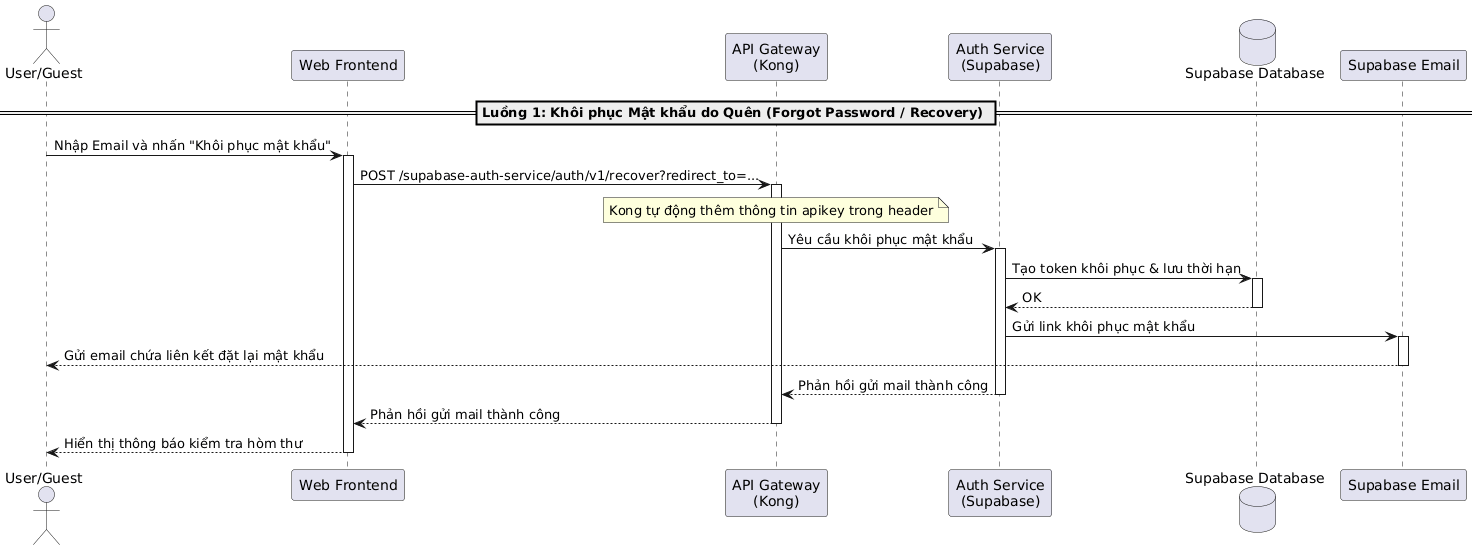
Earlier version of the PlantUML export latex/contents/Sequence/UML-Sequence-UserForgotPasswordRequest.png (20206205Tech/docs-latex).
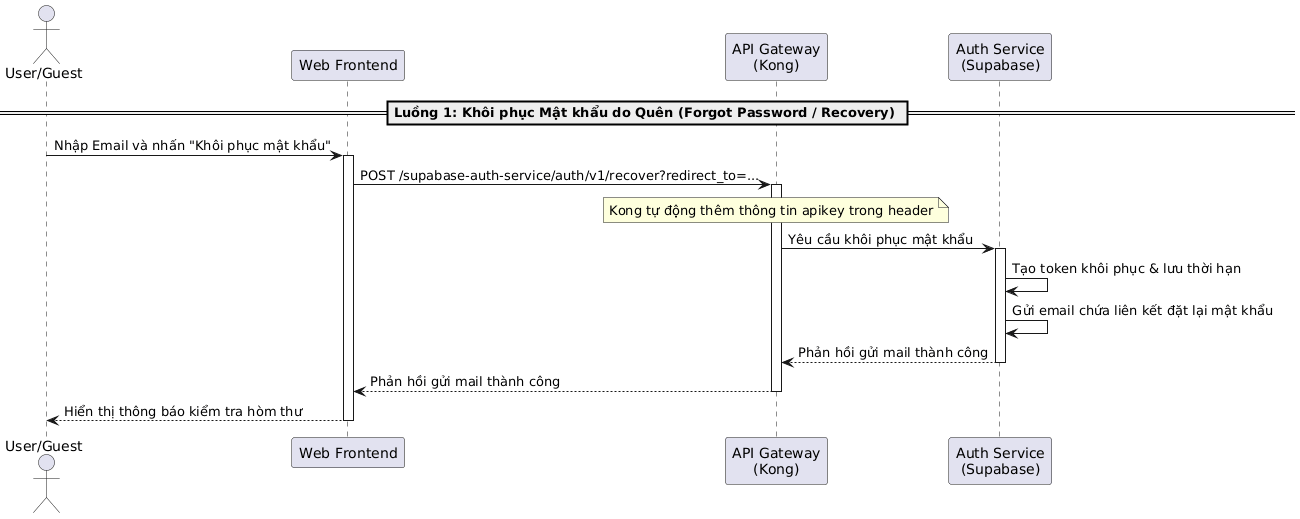
The same diagram one commit later.

Change to the diagram source:
```diff
@@ -3,8 +3,6 @@
 participant "Web Frontend" as Frontend
 participant "API Gateway\n(Kong)" as Kong
 participant "Auth Service\n(Supabase)" as AuthService
-database "Supabase Database" as DB
-participant "Supabase Email" as Email
 
 == Luồng 1: Khôi phục Mật khẩu do Quên (Forgot Password / Recovery) ==
 User -> Frontend: Nhập Email và nhấn "Khôi phục mật khẩu"
@@ -13,20 +11,19 @@
 Frontend -> Kong: POST /supabase-auth-service/auth/v1/recover?redirect_to=...
 activate Kong
 note over Kong: Kong tự động thêm thông tin apikey trong header
+
 Kong -> AuthService: Yêu cầu khôi phục mật khẩu
 activate AuthService
-AuthService -> DB: Tạo token khôi phục & lưu thời hạn
-activate DB
-DB --> AuthService: OK
-deactivate DB
-AuthService -> Email: Gửi link khôi phục mật khẩu
-activate Email
-Email --> User: Gửi email chứa liên kết đặt lại mật khẩu
-deactivate Email
+
+AuthService -> AuthService: Tạo token khôi phục & lưu thời hạn
+AuthService -> AuthService: Gửi email chứa liên kết đặt lại mật khẩu
+
 AuthService --> Kong: Phản hồi gửi mail thành công
 deactivate AuthService
+
 Kong --> Frontend: Phản hồi gửi mail thành công
 deactivate Kong
+
 Frontend --> User: Hiển thị thông báo kiểm tra hòm thư
 deactivate Frontend
 @enduml
```
